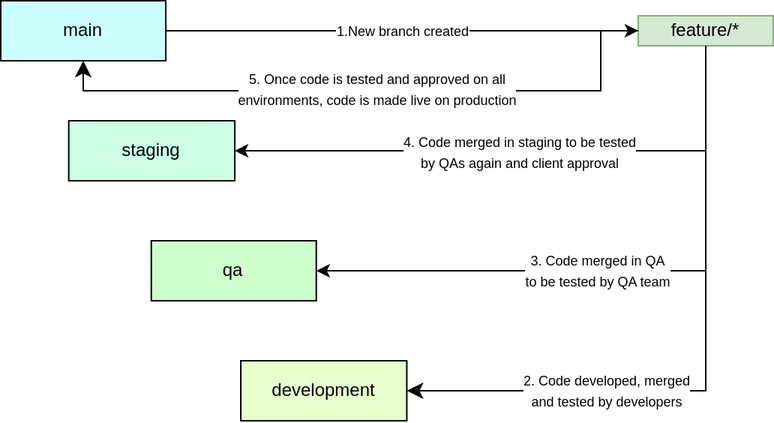
Before: public/static/images/blogs/web/crownstack-git-workflow/moving-code-from-feature-or-bugfix-branches-to-primary-branches.png, a diagram exported from draw.io (cs-quicklabs/crownstack-blog). Source tidied: cells renumbered, new cells last; positions are measured from the earlier drawing's top-left corner, leaving out a move shared by most shapes.
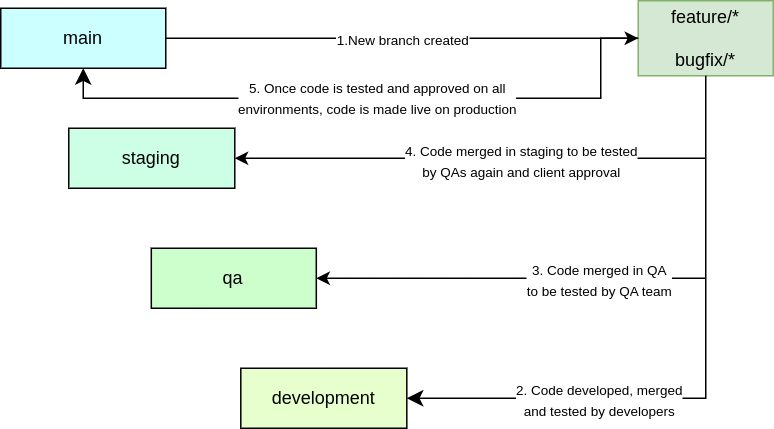
After the change.

Change to the diagram source:
```diff
@@ -14,8 +14,8 @@
     <mxCell id="5" value="development" style="text;html=1;strokeColor=#000000;fillColor=#E6FFCC;align=center;verticalAlign=middle;whiteSpace=wrap;rounded=0;fontSize=12;" parent="1" vertex="1">
       <mxGeometry x="160" y="240" width="110.7" height="40" as="geometry" />
     </mxCell>
-    <mxCell id="6" value="feature/*" style="text;html=1;strokeColor=#82b366;fillColor=#d5e8d4;align=center;verticalAlign=middle;whiteSpace=wrap;rounded=0;" parent="1" vertex="1">
-      <mxGeometry x="425" y="10" width="90" height="20" as="geometry" />
+    <mxCell id="6" value="feature/*&lt;br&gt;&lt;br&gt;bugfix/*" style="text;html=1;strokeColor=#82b366;fillColor=#d5e8d4;align=center;verticalAlign=middle;whiteSpace=wrap;rounded=0;" parent="1" vertex="1">
+      <mxGeometry x="425" y="-5" width="90" height="50" as="geometry" />
     </mxCell>
     <mxCell id="7" style="endArrow=classic;html=1;rounded=0;exitX=1;exitY=0.5;exitDx=0;exitDy=0;entryX=0;entryY=0.5;entryDx=0;entryDy=0;" parent="1" edge="1" source="2" target="6">
       <mxGeometry relative="1" as="geometry" />
```
